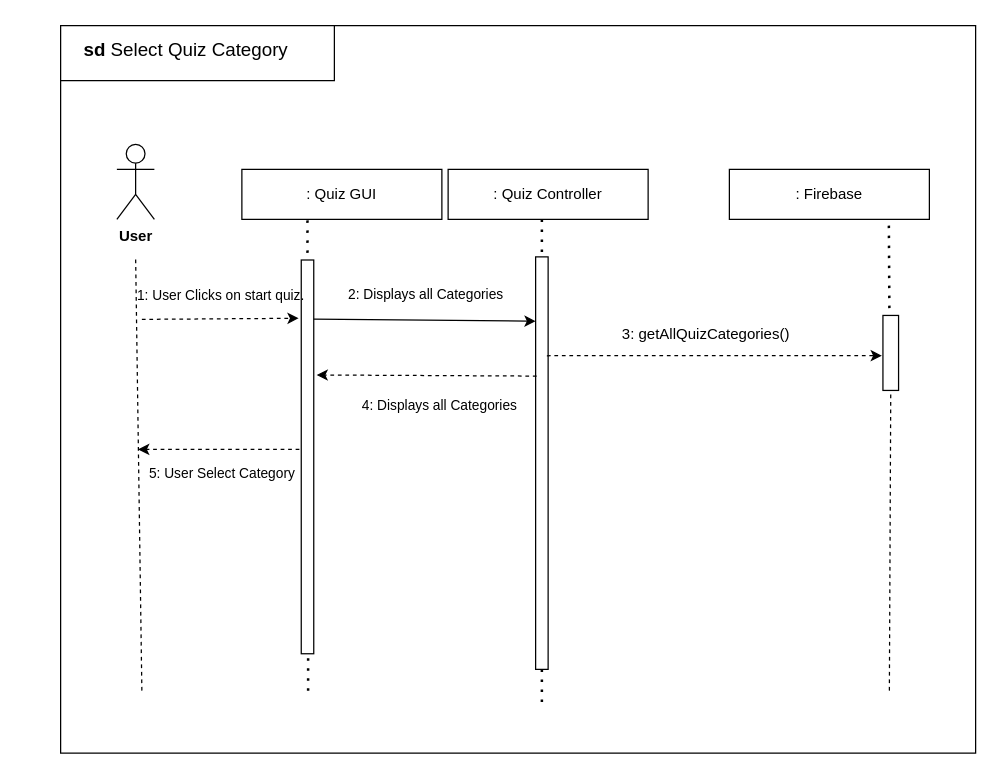
AvinashMahala/SE1_Project keeps this draw.io diagram as SelectQuizCategory.drawio. Above is the earlier version. Source tidied: cells renumbered, new cells numbered last; positions are measured from the earlier drawing's top-left corner, leaving out a move shared by most shapes. Both pictures are drawn from the tidied source at 125%, with x=0, y=0 at pixel (21, 21).
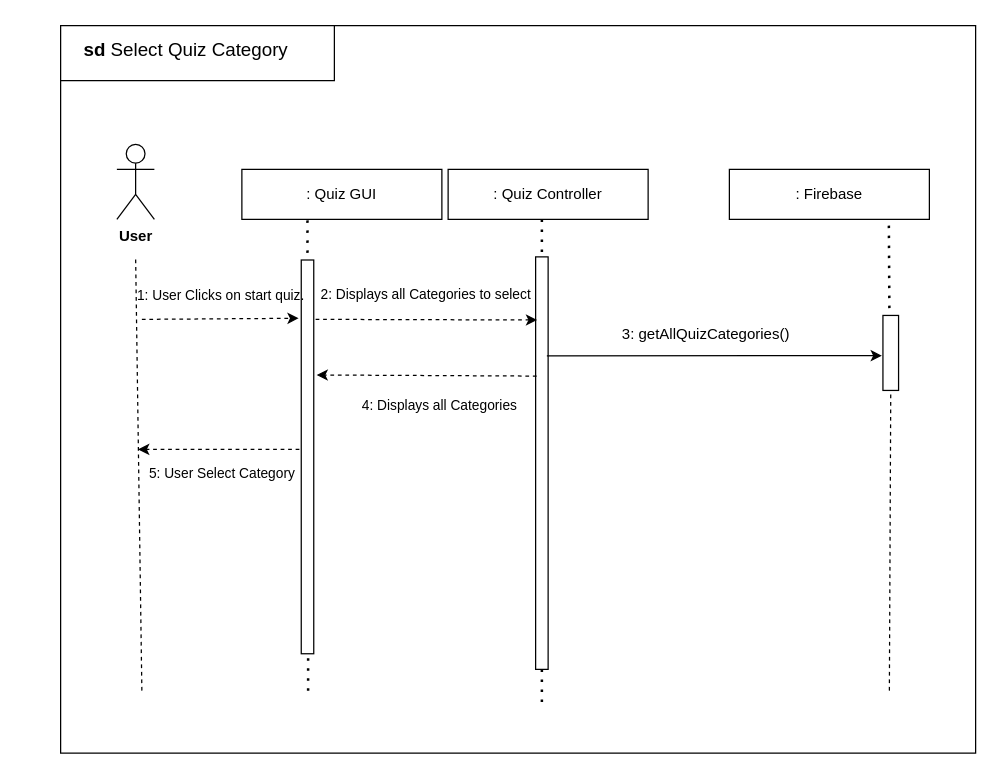
After the change.

The change refers to these unchanged cells:
```xml
<mxCell id="2" style="group;" parent="1" vertex="1">
  <mxGeometry x="31" y="3" width="732" height="582" as="geometry" />
</mxCell>
<mxCell id="9" style="rounded=0;whiteSpace=wrap;html=1;rotation=90;" parent="2" vertex="1">
  <mxGeometry x="40" y="340" width="315" height="10" as="geometry" />
</mxCell>
<mxCell id="10" style="rounded=0;whiteSpace=wrap;html=1;rotation=90;" parent="2" vertex="1">
  <mxGeometry x="220" y="345" width="330" height="10" as="geometry" />
</mxCell>
```

Change to the diagram source:
```diff
@@
-    <mxCell id="13" style="endArrow=classic;html=1;rounded=0;exitX=0.15;exitY=0.01;exitDx=0;exitDy=0;exitPerimeter=0;entryX=0.156;entryY=1;entryDx=0;entryDy=0;entryPerimeter=0;" parent="2" edge="1" source="9" target="10">
-      <mxGeometry relative="1" as="geometry" />
-    </mxCell>
@@
-    <mxCell id="17" value="2: Displays all Categories" style="text;html=1;align=center;verticalAlign=middle;strokeColor=none;fillColor=none;fontSize=11;" parent="2" vertex="1">
-      <mxGeometry x="221" y="202" width="142" height="25" as="geometry" />
+    <mxCell id="17" value="2: Displays all Categories to select" style="text;html=1;align=center;verticalAlign=middle;strokeColor=none;fillColor=none;fontSize=11;" parent="2" vertex="1">
+      <mxGeometry x="199" y="202" width="186" height="25" as="geometry" />
     </mxCell>
@@
-    <mxCell id="24" style="endArrow=classic;html=1;rounded=0;dashed=1;" parent="2" edge="1">
+    <mxCell id="24" style="endArrow=classic;html=1;rounded=0;" parent="2" edge="1">
       <mxGeometry relative="1" as="geometry">
         <mxPoint x="389" y="264.1" as="sourcePoint" />
         <mxPoint x="657" y="264" as="targetPoint" />
       </mxGeometry>
     </mxCell>
@@
+    <mxCell id="30" style="endArrow=classic;html=1;rounded=0;dashed=1;entryX=0.153;entryY=0.88;entryDx=0;entryDy=0;entryPerimeter=0;" parent="2" edge="1" target="10">
+      <mxGeometry relative="1" as="geometry">
+        <mxPoint x="204" y="235" as="sourcePoint" />
+      </mxGeometry>
+    </mxCell>
```
